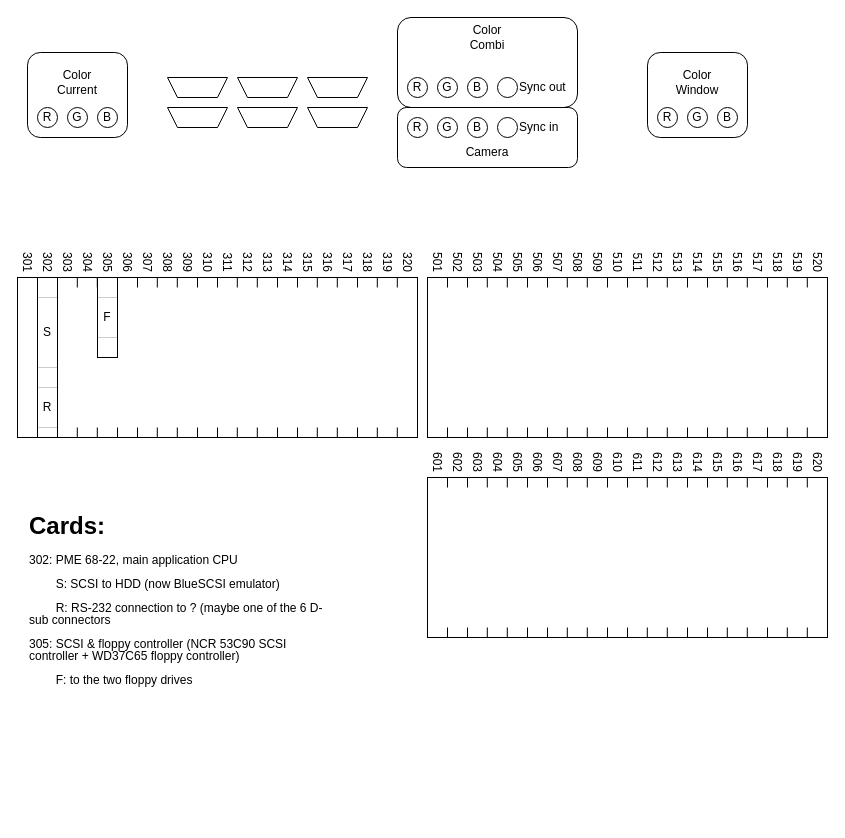
Earlier version of the draw.io diagram hardware/Aesthedes 2 HW.drawio (egueli/Aesthedes-notes). Source tidied: cells renumbered, new cells numbered last; positions are measured from the earlier drawing's top-left corner, leaving out a move shared by most shapes. Both pictures are drawn from the tidied source at 100%, with x=0, y=0 at pixel (12, 17).
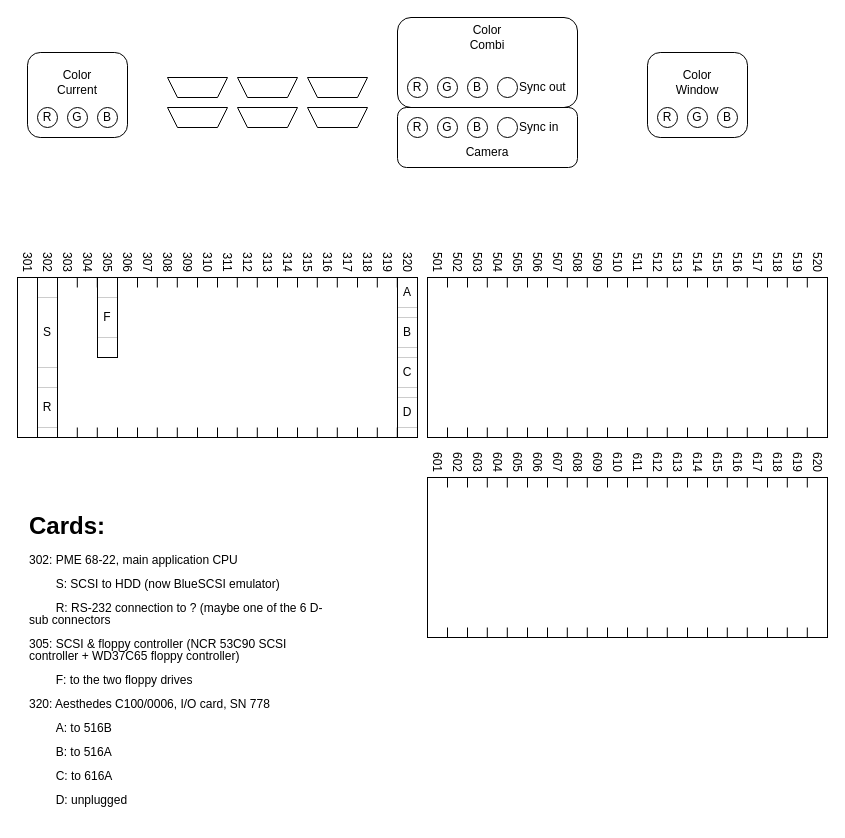
The same diagram, later.

What changed in the source:
```diff
@@
-    <mxCell id="219" value="&lt;div style=&quot;line-height: 100%;&quot;&gt;&lt;h1 style=&quot;margin-top: 0px; line-height: 100%;&quot;&gt;Cards:&lt;/h1&gt;&lt;p&gt;302: PME 68-22, main application CPU&lt;/p&gt;&lt;p&gt;&lt;span style=&quot;white-space: pre;&quot;&gt;&#9;&lt;/span&gt;S: SCSI to HDD (now BlueSCSI emulator)&lt;/p&gt;&lt;p&gt;&lt;span style=&quot;white-space: pre;&quot;&gt;&#9;&lt;/span&gt;R: RS-232 connection to ? (maybe one of the 6 D-sub connectors&lt;/p&gt;&lt;p&gt;305: SCSI &amp;amp; floppy controller (NCR 53C90 SCSI controller + WD37C65 floppy controller)&lt;/p&gt;&lt;p&gt;&lt;span style=&quot;white-space: pre;&quot;&gt;&#9;&lt;/span&gt;F: to the two floppy drives&lt;/p&gt;&lt;blockquote&gt;&lt;p&gt;&lt;br&gt;&lt;/p&gt;&lt;/blockquote&gt;&lt;p&gt;&lt;br&gt;&lt;/p&gt;&lt;/div&gt;" style="text;html=1;whiteSpace=wrap;overflow=hidden;rounded=0;" parent="213" vertex="1">
-      <mxGeometry x="15" y="490" width="300" height="270" as="geometry" />
+    <mxCell id="219" value="&lt;div style=&quot;line-height: 100%;&quot;&gt;&lt;h1 style=&quot;margin-top: 0px; line-height: 100%;&quot;&gt;Cards:&lt;/h1&gt;&lt;p&gt;302: PME 68-22, main application CPU&lt;/p&gt;&lt;p&gt;&lt;span style=&quot;white-space: pre;&quot;&gt;&#9;&lt;/span&gt;S: SCSI to HDD (now BlueSCSI emulator)&lt;/p&gt;&lt;p&gt;&lt;span style=&quot;white-space: pre;&quot;&gt;&#9;&lt;/span&gt;R: RS-232 connection to ? (maybe one of the 6 D-sub connectors&lt;/p&gt;&lt;p&gt;305: SCSI &amp;amp; floppy controller (NCR 53C90 SCSI controller + WD37C65 floppy controller)&lt;/p&gt;&lt;p&gt;&lt;span style=&quot;white-space: pre;&quot;&gt;&#9;&lt;/span&gt;F: to the two floppy drives&lt;/p&gt;&lt;p&gt;320: Aesthedes C100/0006, I/O card, SN 778&lt;/p&gt;&lt;p&gt;&lt;span style=&quot;white-space: pre;&quot;&gt;&#9;&lt;/span&gt;A: to 516B&lt;/p&gt;&lt;p&gt;&lt;span style=&quot;white-space: pre;&quot;&gt;&#9;&lt;/span&gt;B: to 516A&lt;/p&gt;&lt;p&gt;&lt;span style=&quot;white-space: pre;&quot;&gt;&#9;&lt;/span&gt;C: to 616A&lt;/p&gt;&lt;p&gt;&lt;span style=&quot;white-space: pre;&quot;&gt;&#9;&lt;/span&gt;D: unplugged&lt;/p&gt;&lt;blockquote&gt;&lt;p&gt;&lt;br&gt;&lt;/p&gt;&lt;/blockquote&gt;&lt;p&gt;&lt;br&gt;&lt;/p&gt;&lt;/div&gt;" style="text;html=1;whiteSpace=wrap;overflow=hidden;rounded=0;" parent="213" vertex="1">
+      <mxGeometry x="15" y="490" width="300" height="310" as="geometry" />
     </mxCell>
+    <mxCell id="220" value="A" style="text;html=1;whiteSpace=wrap;strokeColor=#CCCCCC;fillColor=none;align=center;verticalAlign=middle;rounded=0;" parent="213" vertex="1">
+      <mxGeometry x="385" y="260" width="20" height="30" as="geometry" />
+    </mxCell>
+    <mxCell id="221" value="B" style="text;html=1;whiteSpace=wrap;strokeColor=#CCCCCC;fillColor=none;align=center;verticalAlign=middle;rounded=0;" parent="213" vertex="1">
+      <mxGeometry x="385" y="300" width="20" height="30" as="geometry" />
+    </mxCell>
+    <mxCell id="222" value="C" style="text;html=1;whiteSpace=wrap;strokeColor=#CCCCCC;fillColor=none;align=center;verticalAlign=middle;rounded=0;" parent="213" vertex="1">
+      <mxGeometry x="385" y="340" width="20" height="30" as="geometry" />
+    </mxCell>
+    <mxCell id="223" value="D" style="text;html=1;whiteSpace=wrap;strokeColor=#CCCCCC;fillColor=none;align=center;verticalAlign=middle;rounded=0;" parent="213" vertex="1">
+      <mxGeometry x="385" y="380" width="20" height="30" as="geometry" />
+    </mxCell>
+    <mxCell id="224" style="rounded=0;whiteSpace=wrap;html=1;fillColor=none;" parent="213" vertex="1">
+      <mxGeometry x="385" y="260" width="20" height="160" as="geometry" />
+    </mxCell>
```
